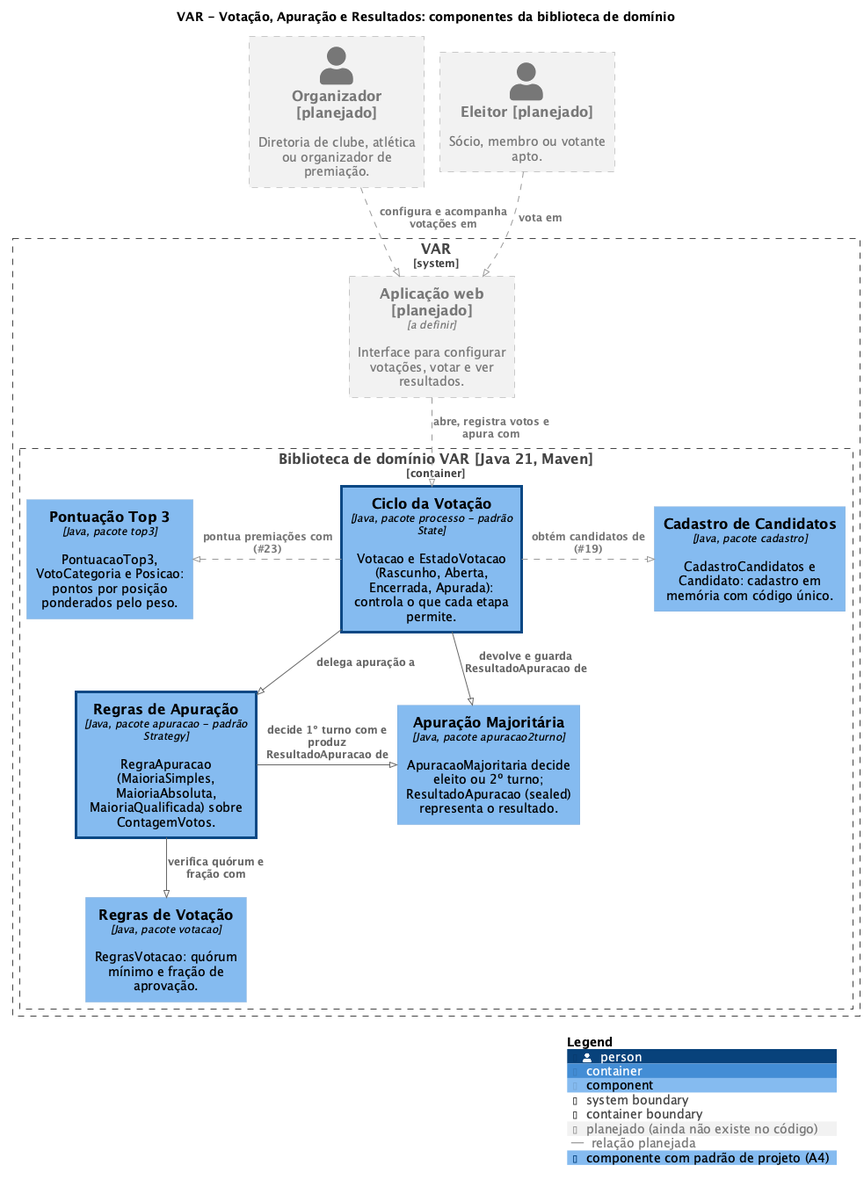
This is docs/diagramas/c4-componentes.png from gabicoppo/var-votacao, a PlantUML export, as it was before one commit. The source it was exported from:
```plantuml
@startuml c4-componentes
!pragma layout smetana
!include https://raw.githubusercontent.com/plantuml-stdlib/C4-PlantUML/master/C4_Component.puml

LAYOUT_TOP_DOWN()

AddElementTag("planejado", $fontColor="#777777", $borderColor="#999999", $bgColor="#F2F2F2", $borderStyle=DashedLine(), $legendText="planejado (ainda não existe no código)")
AddRelTag("planejado", $textColor="#777777", $lineColor="#999999", $lineStyle=DashedLine(), $legendText="relação planejada")
AddElementTag("padrao", $bgColor="#85BBF0", $fontColor="#000000", $borderColor="#0B4884", $borderThickness=3, $legendText="componente com padrão de projeto (A4)")

title VAR - Votação, Apuração e Resultados: componentes da biblioteca de domínio

Person(organizador, "Organizador [planejado]", "Diretoria de clube, atlética ou organizador de premiação.", $tags="planejado")
Person(eleitor, "Eleitor [planejado]", "Sócio, membro ou votante apto.", $tags="planejado")

System_Boundary(var, "VAR") {
    Container(web, "Aplicação web [planejado]", "a definir", "Interface para configurar votações, votar e ver resultados.", $tags="planejado")

    Container_Boundary(lib, "Biblioteca de domínio VAR [Java 21, Maven]") {
        Component(processo, "Ciclo da Votação", "Java, pacote processo - padrão State", "Votacao e EstadoVotacao (Rascunho, Aberta, Encerrada, Apurada): controla o que cada etapa permite.", $tags="padrao")
        Component(apuracao, "Regras de Apuração", "Java, pacote apuracao - padrão Strategy", "RegraApuracao (MaioriaSimples, MaioriaAbsoluta, MaioriaQualificada) sobre ContagemVotos.", $tags="padrao")
        Component(apur2, "Apuração Majoritária", "Java, pacote apuracao2turno", "ApuracaoMajoritaria decide eleito ou 2º turno; ResultadoApuracao (sealed) representa o resultado.")
        Component(votacao, "Regras de Votação", "Java, pacote votacao", "RegrasVotacao: quórum mínimo e fração de aprovação.")
        Component(top3, "Pontuação Top 3", "Java, pacote top3", "PontuacaoTop3, VotoCategoria e Posicao: pontos por posição ponderados pelo peso.")
        Component(cadastro, "Cadastro de Candidatos", "Java, pacote cadastro", "CadastroCandidatos e Candidato: cadastro em memória com código único.")
    }
}

Rel_D(organizador, web, "configura e acompanha votações em", $tags="planejado")
Rel_D(eleitor, web, "vota em", $tags="planejado")
Rel_D(web, processo, "abre, registra votos e apura com", $tags="planejado")

Rel_L(processo, top3, "pontua premiações com (#23)", $tags="planejado")
Rel_R(processo, cadastro, "obtém candidatos de (#19)", $tags="planejado")

Rel_D(processo, apuracao, "delega apuração a")
Rel_D(processo, apur2, "devolve e guarda ResultadoApuracao de")
Rel_R(apuracao, apur2, "decide 1º turno com e produz ResultadoApuracao de")
Rel_D(apuracao, votacao, "verifica quórum e fração com")

SHOW_LEGEND()
@enduml
```
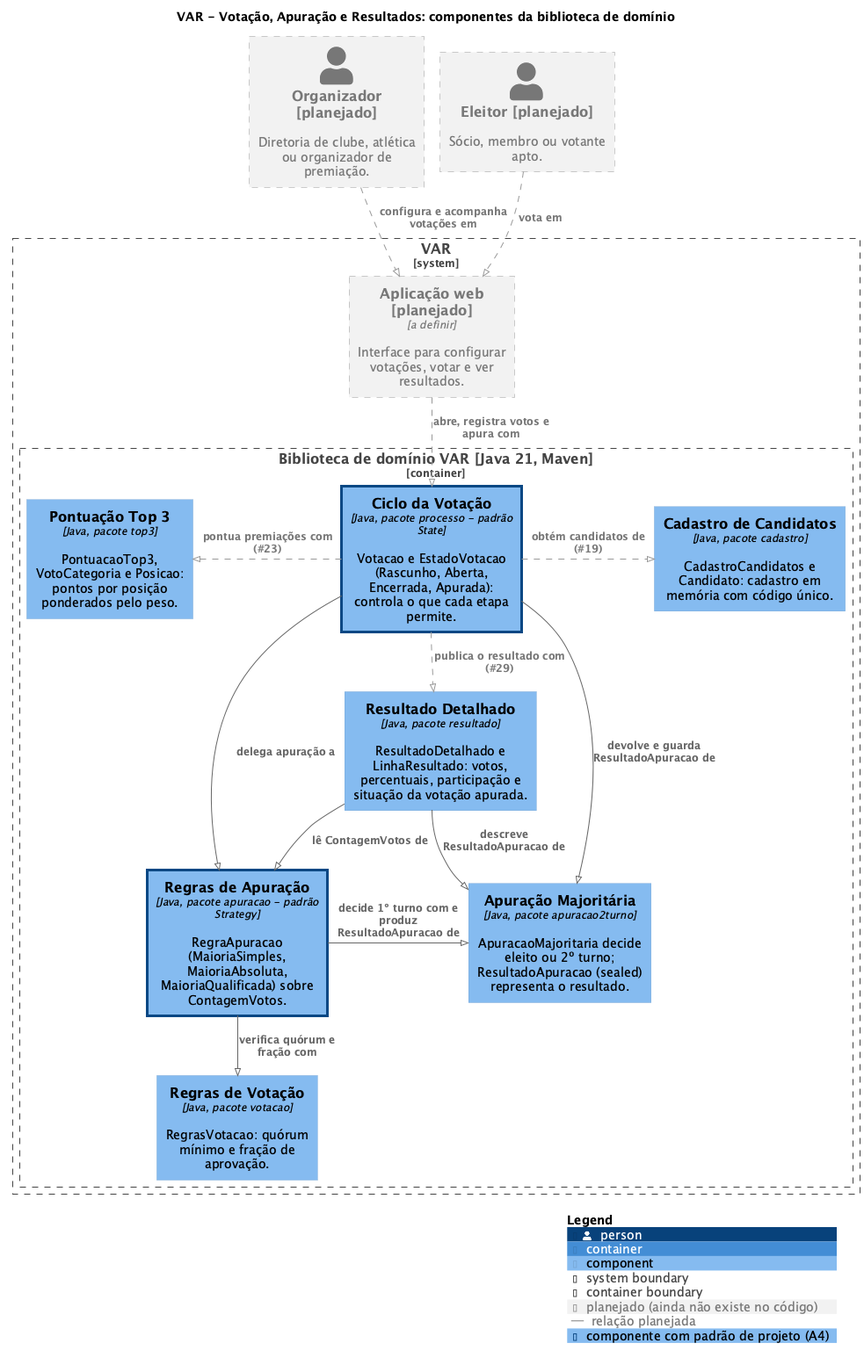
The same diagram one commit later.

Commit message:
docs: atualiza imagem do diagrama de componentes (#49)

The edit, as a diff of the source:
```diff
@@ -21,6 +21,7 @@
         Component(apuracao, "Regras de Apuração", "Java, pacote apuracao - padrão Strategy", "RegraApuracao (MaioriaSimples, MaioriaAbsoluta, MaioriaQualificada) sobre ContagemVotos.", $tags="padrao")
         Component(apur2, "Apuração Majoritária", "Java, pacote apuracao2turno", "ApuracaoMajoritaria decide eleito ou 2º turno; ResultadoApuracao (sealed) representa o resultado.")
         Component(votacao, "Regras de Votação", "Java, pacote votacao", "RegrasVotacao: quórum mínimo e fração de aprovação.")
+        Component(resultado, "Resultado Detalhado", "Java, pacote resultado", "ResultadoDetalhado e LinhaResultado: votos, percentuais, participação e situação da votação apurada.")
         Component(top3, "Pontuação Top 3", "Java, pacote top3", "PontuacaoTop3, VotoCategoria e Posicao: pontos por posição ponderados pelo peso.")
         Component(cadastro, "Cadastro de Candidatos", "Java, pacote cadastro", "CadastroCandidatos e Candidato: cadastro em memória com código único.")
     }
@@ -38,5 +39,9 @@
 Rel_R(apuracao, apur2, "decide 1º turno com e produz ResultadoApuracao de")
 Rel_D(apuracao, votacao, "verifica quórum e fração com")
 
+Rel_D(processo, resultado, "publica o resultado com (#29)", $tags="planejado")
+Rel_D(resultado, apuracao, "lê ContagemVotos de")
+Rel_D(resultado, apur2, "descreve ResultadoApuracao de")
+
 SHOW_LEGEND()
 @enduml
```
